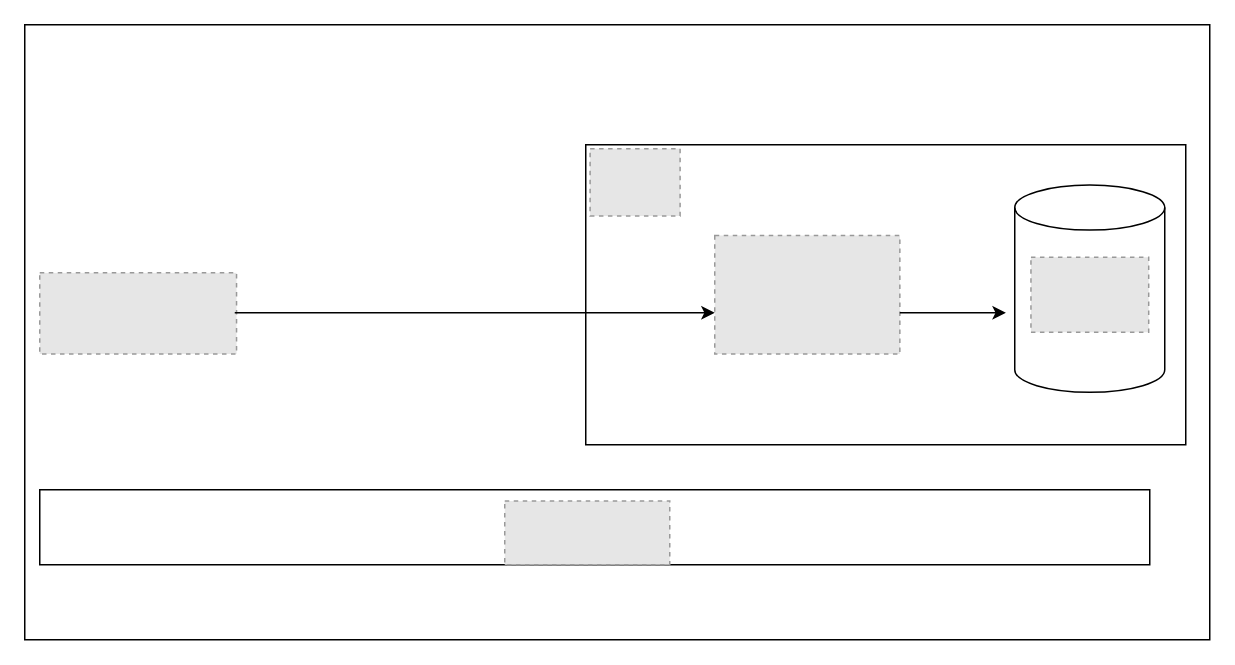
Above: Untitled Diagram.drawio in RukayatJimoh/Random_profile_ingestion (draw.io), before the change. Source tidied: cells renumbered, new cells numbered last; positions are measured from the earlier drawing's top-left corner, leaving out a move shared by most shapes. Both pictures are drawn from the tidied source at 150%, with x=0, y=0 at pixel (24, 24). Pictures stored in the file or linked from it are replaced by grey dashed boxes.
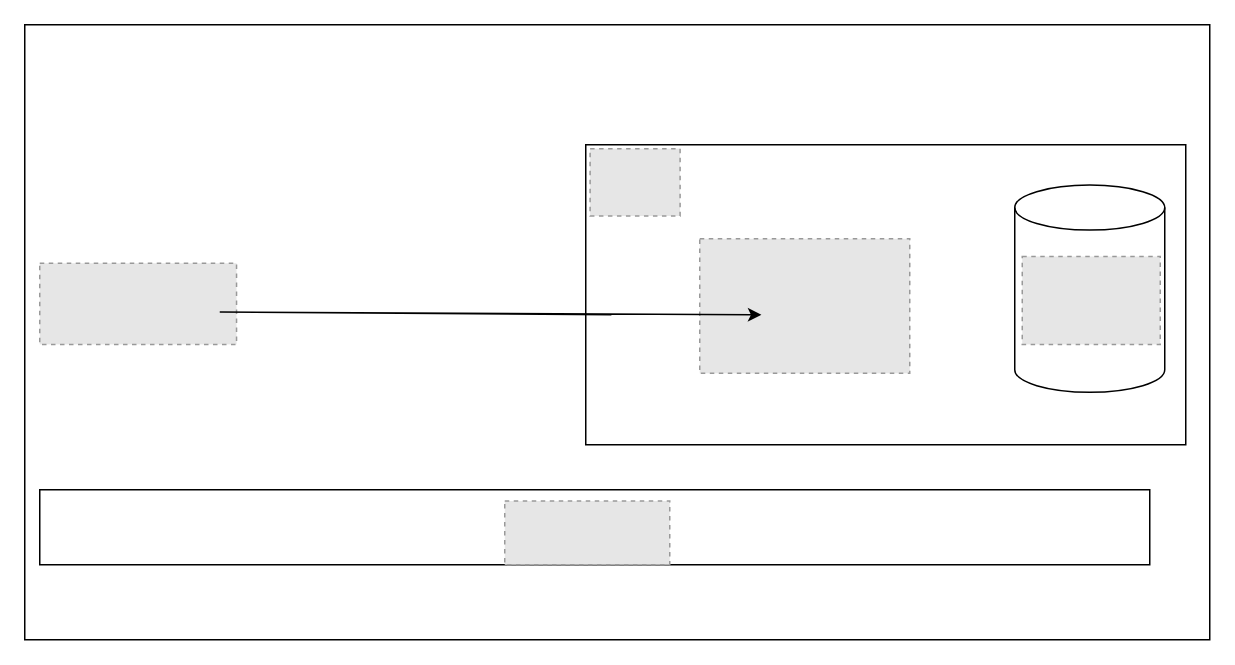
Above is the later version.

The edit, as a diff of the source:
```diff
@@
 <mxGraphModel>
   <root>
     <mxCell id="0" />
     <mxCell id="1" parent="0" />
     <mxCell id="2" style="rounded=0;whiteSpace=wrap;html=1;fillColor=#ffffff;" parent="1" vertex="1">
       <mxGeometry width="790" height="410" as="geometry" />
     </mxCell>
     <mxCell id="3" style="fillColor=#E6E6E6;strokeColor=#999999;dashed=1;verticalLabelPosition=bottom;labelBackgroundColor=default;verticalAlign=top;" parent="1" vertex="1">
-      <mxGeometry x="10" y="165.4" width="131.2" height="54.1" as="geometry" />
+      <mxGeometry x="10" y="159" width="131.2" height="54.1" as="geometry" />
     </mxCell>
     <mxCell id="4" style="rounded=0;whiteSpace=wrap;html=1;" parent="1" vertex="1">
       <mxGeometry x="10" y="310" width="740" height="50" as="geometry" />
     </mxCell>
     <mxCell id="5" style="fillColor=#E6E6E6;strokeColor=#999999;dashed=1;verticalLabelPosition=bottom;labelBackgroundColor=default;verticalAlign=top;" parent="1" vertex="1">
       <mxGeometry x="320" y="317.5" width="110" height="42.5" as="geometry" />
     </mxCell>
     <mxCell id="6" style="rounded=0;whiteSpace=wrap;html=1;" parent="1" vertex="1">
       <mxGeometry x="374" y="80" width="400" height="200" as="geometry" />
     </mxCell>
     <mxCell id="7" style="fillColor=#E6E6E6;strokeColor=#999999;dashed=1;verticalLabelPosition=bottom;labelBackgroundColor=default;verticalAlign=top;" parent="1" vertex="1">
-      <mxGeometry x="460" y="140.5" width="123.4" height="79" as="geometry" />
+      <mxGeometry x="450" y="142.7" width="140" height="89.7" as="geometry" />
     </mxCell>
     <mxCell id="8" style="shape=cylinder3;whiteSpace=wrap;html=1;boundedLbl=1;backgroundOutline=1;size=15;" parent="1" vertex="1">
       <mxGeometry x="660" y="106.9" width="100" height="138.1" as="geometry" />
     </mxCell>
     <mxCell id="9" style="fillColor=#E6E6E6;strokeColor=#999999;dashed=1;verticalLabelPosition=bottom;labelBackgroundColor=default;verticalAlign=top;" parent="1" vertex="1">
-      <mxGeometry x="670.8" y="155" width="78.5" height="50" as="geometry" />
+      <mxGeometry x="665" y="154.5" width="92" height="58.6" as="geometry" />
     </mxCell>
     <mxCell id="10" style="fillColor=#E6E6E6;strokeColor=#999999;dashed=1;verticalLabelPosition=bottom;labelBackgroundColor=default;verticalAlign=top;" parent="1" vertex="1">
       <mxGeometry x="376.9" y="82.6" width="60" height="44.9" as="geometry" />
     </mxCell>
     <mxCell id="11" style="edgeStyle=none;orthogonalLoop=1;jettySize=auto;html=1;rounded=0;" parent="1" edge="1">
       <mxGeometry relative="1" as="geometry">
-        <mxPoint x="360" y="192" as="sourcePoint" />
-        <mxPoint x="460" y="192" as="targetPoint" />
+        <mxPoint x="391.1" y="193.4" as="sourcePoint" />
+        <mxPoint x="491.1" y="193.4" as="targetPoint" />
         <Array as="points">
-          <mxPoint x="140" y="192" />
+          <mxPoint x="130" y="191.5" />
         </Array>
       </mxGeometry>
     </mxCell>
-    <mxCell id="12" style="edgeStyle=none;orthogonalLoop=1;jettySize=auto;html=1;rounded=0;" parent="1" edge="1">
-      <mxGeometry relative="1" as="geometry">
-        <mxPoint x="583.4" y="192" as="sourcePoint" />
-        <mxPoint x="654.1" y="192" as="targetPoint" />
-      </mxGeometry>
-    </mxCell>
   </root>
 </mxGraphModel>
```
